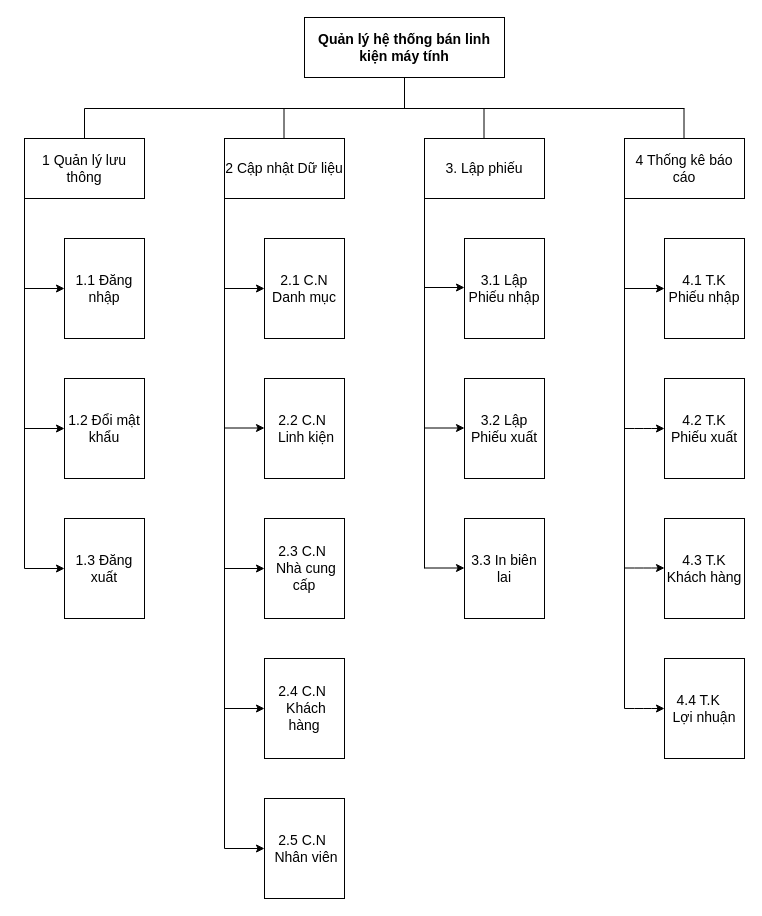
thienqnpro02/school keeps this draw.io diagram as DatabaseAnalyst/final/edit/PhanCapChucNang.drawio. Above is the earlier version. Source tidied: cells renumbered, new cells numbered last; positions are measured from the earlier drawing's top-left corner, leaving out a move shared by most shapes. Both pictures are drawn from the tidied source at 100%, with x=0, y=0 at pixel (24, 17).
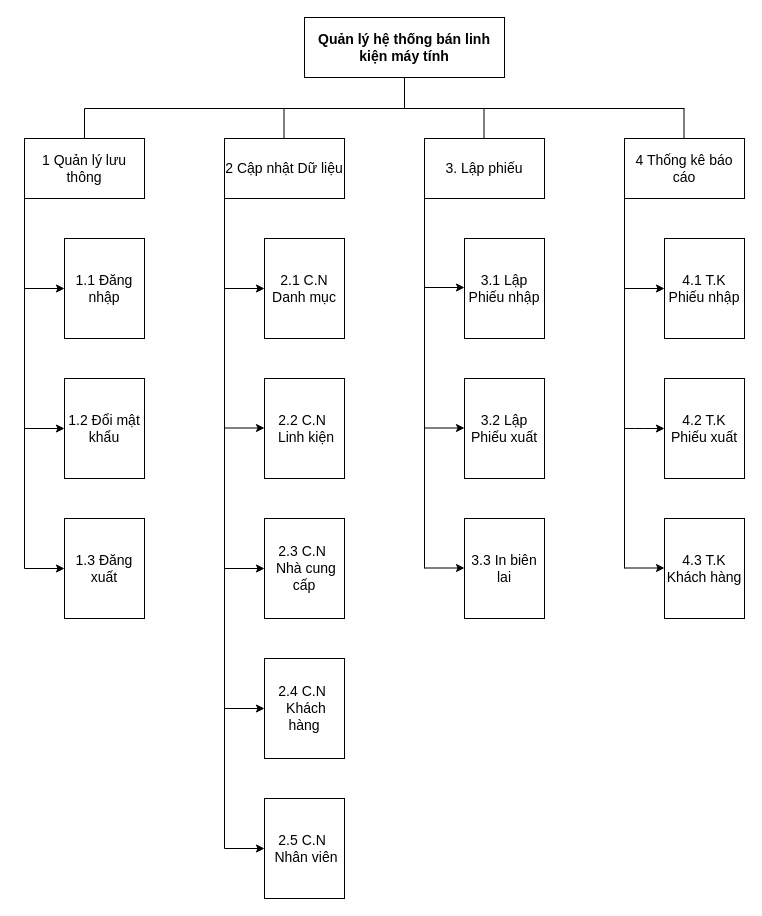
After the change.

The change refers to these unchanged cells:
```xml
<mxCell id="11" value="4 Thống kê báo cáo" style="rounded=0;whiteSpace=wrap;html=1;fontSize=14;" parent="1" vertex="1">
  <mxGeometry x="600" y="121" width="120" height="60" as="geometry" />
</mxCell>
```

Diff of the diagram source:
```diff
@@
     <mxCell id="28" style="endArrow=none;html=1;fontSize=14;entryX=0;entryY=0.75;entryDx=0;entryDy=0;" parent="1" edge="1" target="11">
       <mxGeometry relative="1" as="geometry">
-        <mxPoint x="600" y="691" as="sourcePoint" />
+        <mxPoint x="600" y="551" as="sourcePoint" />
       </mxGeometry>
     </mxCell>
@@
-    <mxCell id="34" value="4.4 T.K&amp;nbsp; &amp;nbsp; Lợi nhuận" style="rounded=0;whiteSpace=wrap;html=1;fontSize=14;" parent="1" vertex="1">
-      <mxGeometry x="640" y="641" width="80" height="100" as="geometry" />
-    </mxCell>
@@
-    <mxCell id="36" style="endArrow=classic;html=1;fontSize=14;entryX=0;entryY=0.5;entryDx=0;entryDy=0;" parent="1" edge="1">
-      <mxGeometry relative="1" as="geometry">
-        <mxPoint x="600" y="691" as="sourcePoint" />
-        <mxPoint x="640" y="691" as="targetPoint" />
-        <Array as="points">
-          <mxPoint x="620" y="691" />
-        </Array>
-      </mxGeometry>
-    </mxCell>
```
